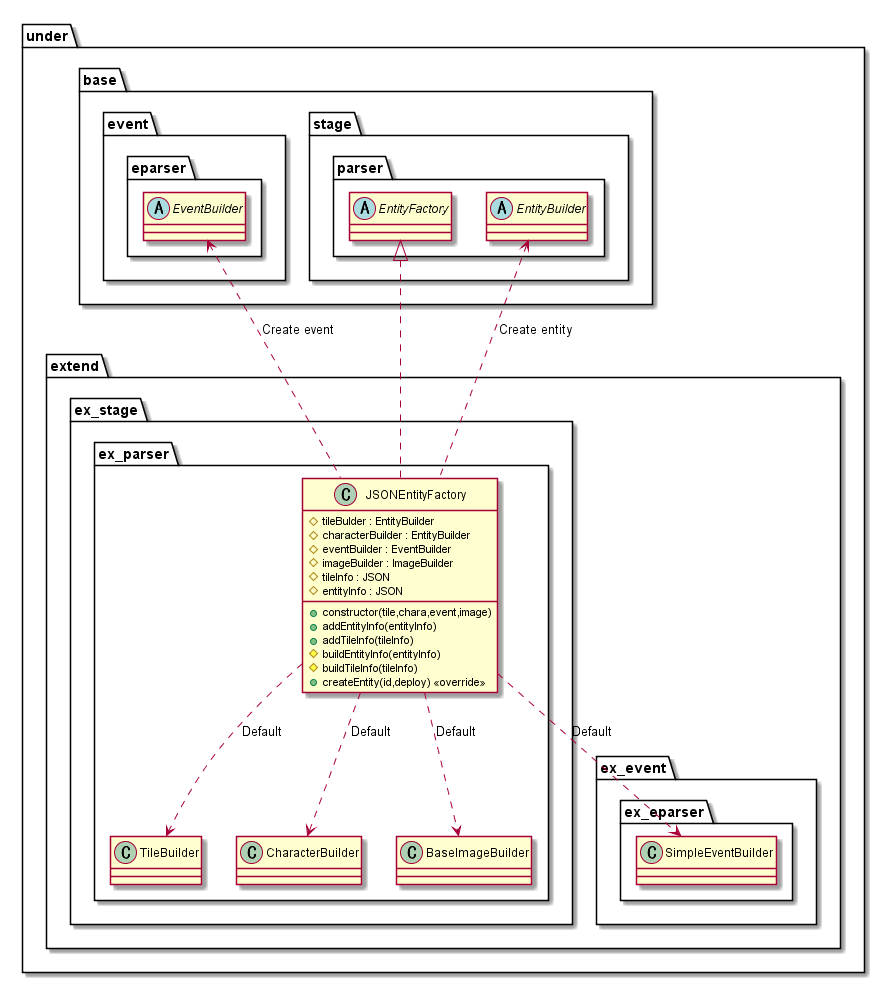
Above: out/uml/parser/Factory/ParserFactory.png in Expine/Under (PlantUML), before the change.
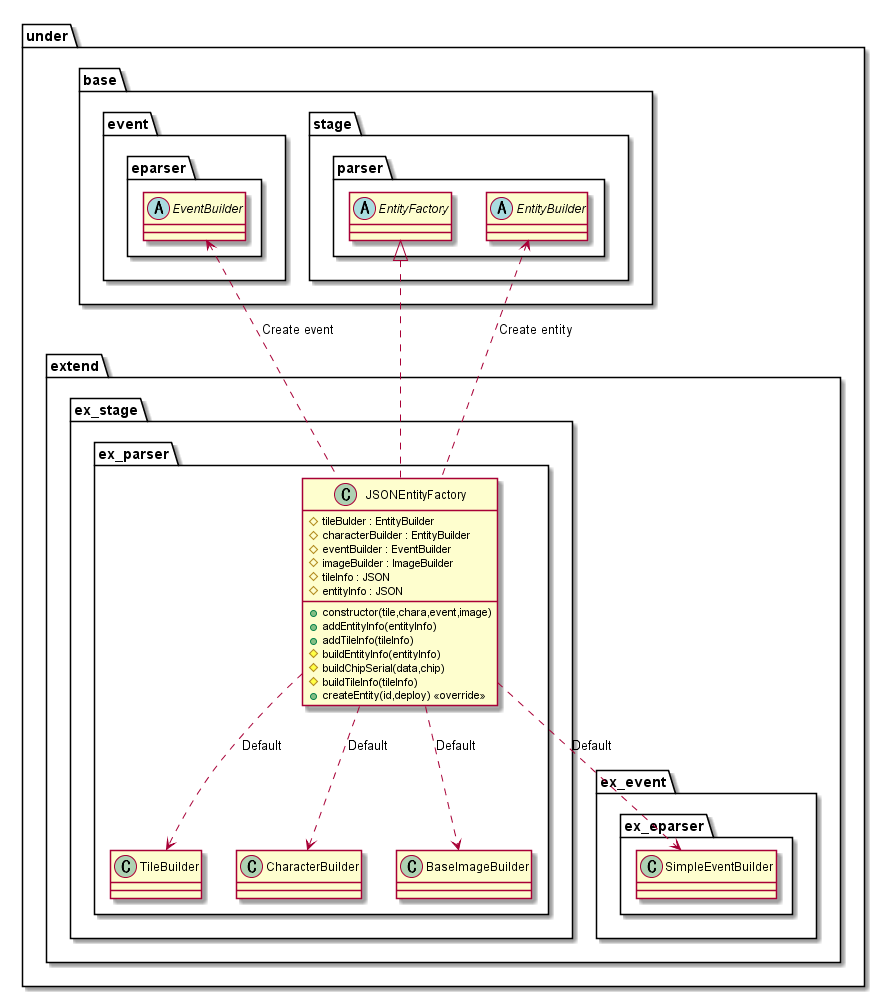
The same file after the commit.

Diff of the diagram source:
```diff
@@ -15,6 +15,7 @@
                     +addEntityInfo(entityInfo)
                     +addTileInfo(tileInfo)
                     #buildEntityInfo(entityInfo)
+                    #buildChipSerial(data,chip)
                     #buildTileInfo(tileInfo)
                     +createEntity(id,deploy) <<override>>
                 }
```
